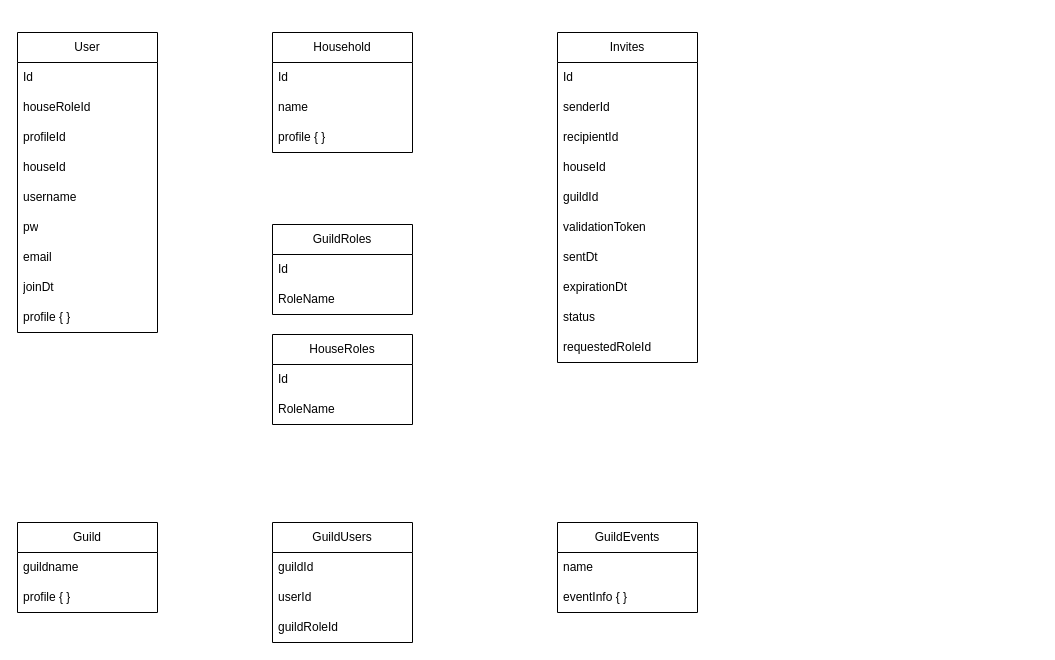
This is doc/db.drawio from gorebash/guild_hall, a draw.io file, before an edit. Source tidied: cells renumbered, new cells numbered last; positions are measured from the earlier drawing's top-left corner, leaving out a move shared by most shapes. Both pictures are drawn from the tidied source at 100%, with x=0, y=0 at pixel (17, 32).
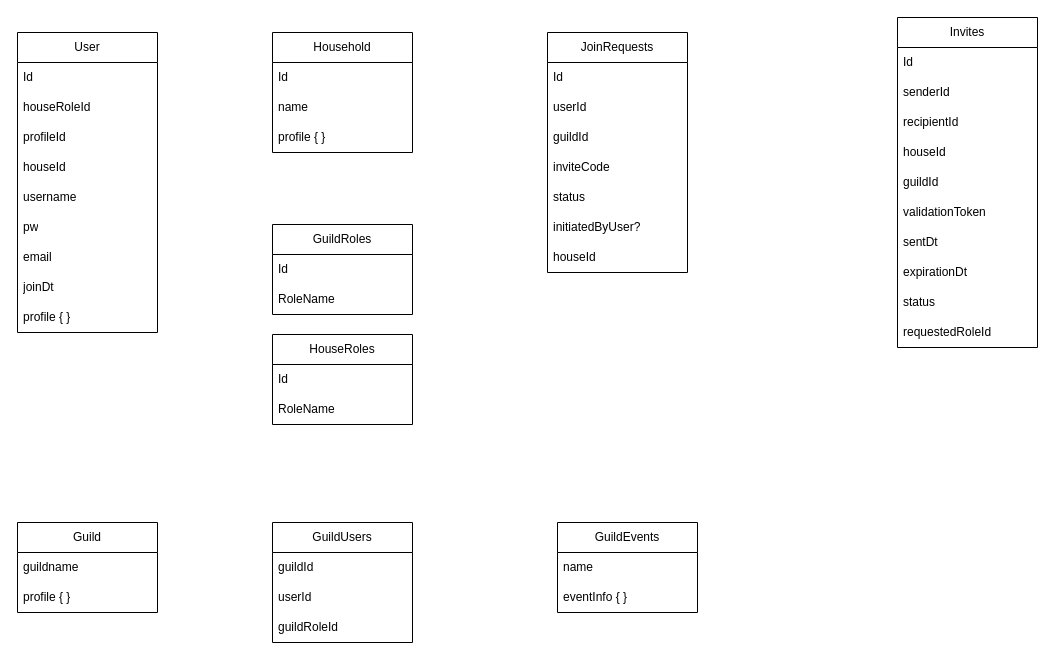
After the change.

The edit, as a diff of the source:
```diff
@@
     <mxCell id="29" value="Invites" style="swimlane;fontStyle=0;horizontal=1;startSize=30;whiteSpace=wrap;html=1;" parent="1" vertex="1">
-      <mxGeometry x="540" width="140" height="330" as="geometry" />
+      <mxGeometry x="880" y="-15" width="140" height="330" as="geometry" />
     </mxCell>
@@
+    <mxCell id="43" value="JoinRequests" style="swimlane;fontStyle=0;horizontal=1;startSize=30;whiteSpace=wrap;html=1;" parent="1" vertex="1">
+      <mxGeometry x="530" width="140" height="240" as="geometry" />
+    </mxCell>
+    <mxCell id="44" value="Id" style="text;strokeColor=none;fillColor=none;align=left;verticalAlign=middle;spacingLeft=4;spacingRight=4;overflow=hidden;whiteSpace=wrap;html=1;" parent="43" vertex="1">
+      <mxGeometry y="30" width="140" height="30" as="geometry" />
+    </mxCell>
+    <mxCell id="45" value="userId" style="text;strokeColor=none;fillColor=none;align=left;verticalAlign=middle;spacingLeft=4;spacingRight=4;overflow=hidden;whiteSpace=wrap;html=1;" parent="43" vertex="1">
+      <mxGeometry y="60" width="140" height="30" as="geometry" />
+    </mxCell>
+    <mxCell id="46" value="guildId" style="text;strokeColor=none;fillColor=none;align=left;verticalAlign=middle;spacingLeft=4;spacingRight=4;overflow=hidden;whiteSpace=wrap;html=1;" parent="43" vertex="1">
+      <mxGeometry y="90" width="140" height="30" as="geometry" />
+    </mxCell>
+    <mxCell id="47" value="inviteCode" style="text;strokeColor=none;fillColor=none;align=left;verticalAlign=middle;spacingLeft=4;spacingRight=4;overflow=hidden;whiteSpace=wrap;html=1;" parent="43" vertex="1">
+      <mxGeometry y="120" width="140" height="30" as="geometry" />
+    </mxCell>
+    <mxCell id="48" value="status" style="text;strokeColor=none;fillColor=none;align=left;verticalAlign=middle;spacingLeft=4;spacingRight=4;overflow=hidden;whiteSpace=wrap;html=1;" parent="43" vertex="1">
+      <mxGeometry y="150" width="140" height="30" as="geometry" />
+    </mxCell>
+    <mxCell id="49" value="initiatedByUser?" style="text;strokeColor=none;fillColor=none;align=left;verticalAlign=middle;spacingLeft=4;spacingRight=4;overflow=hidden;whiteSpace=wrap;html=1;" parent="43" vertex="1">
+      <mxGeometry y="180" width="140" height="30" as="geometry" />
+    </mxCell>
+    <mxCell id="50" value="houseId" style="text;strokeColor=none;fillColor=none;align=left;verticalAlign=middle;spacingLeft=4;spacingRight=4;overflow=hidden;whiteSpace=wrap;html=1;" parent="43" vertex="1">
+      <mxGeometry y="210" width="140" height="30" as="geometry" />
+    </mxCell>
```
